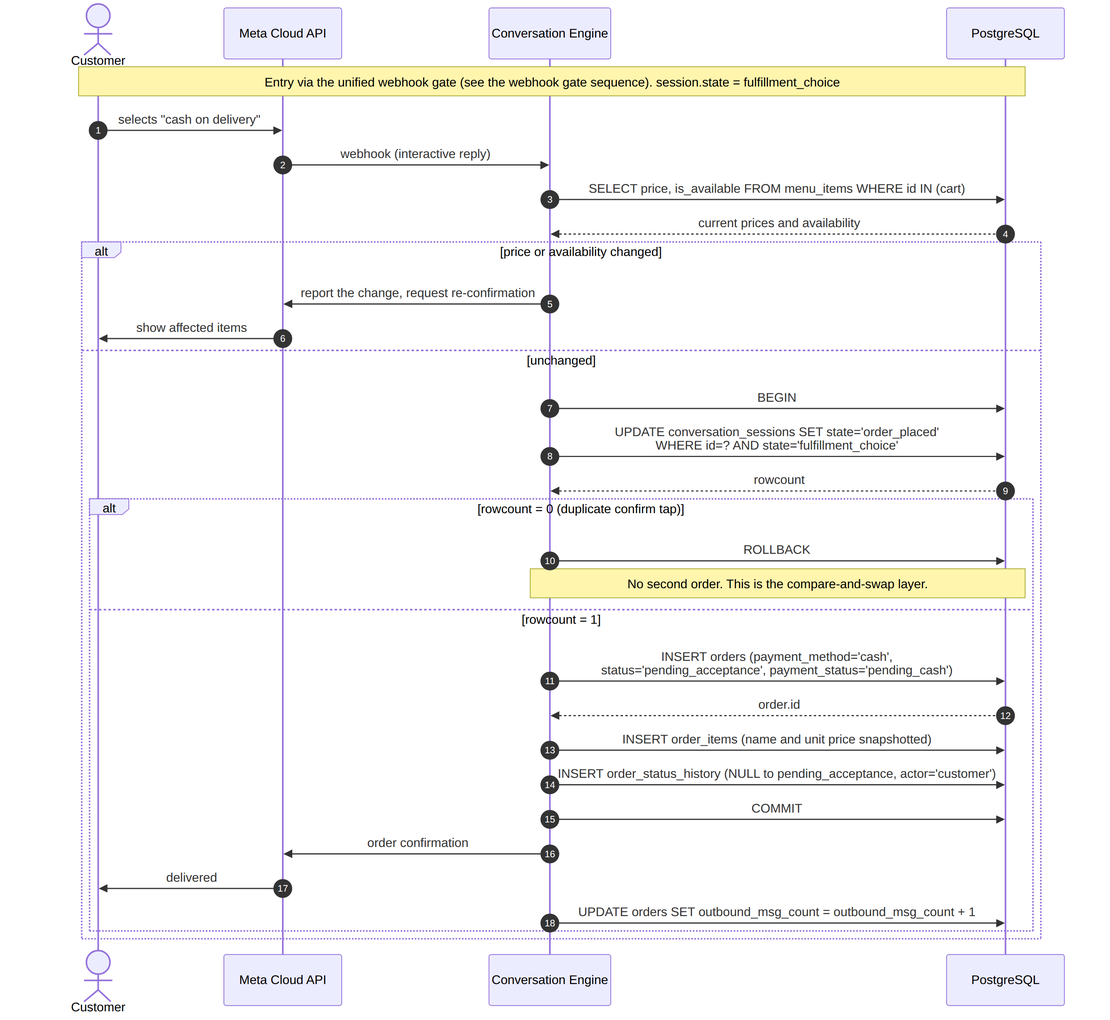
This is docs/diagrams/12-seq-cash-order.png from mozz-labs/sufria, a Mermaid export, as it was before one commit. Its source is kept beside it as docs/diagrams/12-seq-cash-order.mmd. The source it was exported from:
```mermaid
sequenceDiagram
    autonumber
    actor C as Customer
    participant WA as Meta Cloud API
    participant CE as Conversation Engine
    participant DB as PostgreSQL
    Note over C,DB: Entry via the webhook gate (previous figure). session.state = cart_review:<br/>the customer has the summary with items, delivery fee and total.
    C->>WA: sends the confirm word
    WA->>CE: webhook
    CE->>DB: SELECT the session FOR UPDATE
    CE->>DB: SELECT is_available, category is_active FOR every cart line
    DB-->>CE: current availability (prices are not re-read: a line keeps its price)
    alt some lines unavailable
        CE->>WA: name the removed lines and send a new summary<br/>(back to browsing if none is left)
        WA->>C: delivered
    else every line available
        CE->>DB: UPDATE conversation_sessions SET state='order_placed'<br/>WHERE id=? AND state='cart_review'
        DB-->>CE: rowcount
        alt rowcount = 0 (duplicate confirm)
            Note over CE,DB: No second order. This is the compare-and-swap layer.
        else rowcount = 1
            CE->>DB: pg_advisory_xact_lock(restaurant) · next order number (MAX + 1, from 101)
            CE->>DB: INSERT orders (cash, pending_cash, pending_acceptance,<br/>delivery fee and address, outbound_msg_count)
            DB-->>CE: order.id
            CE->>DB: INSERT order_items (name and unit price snapshotted)
            CE->>DB: INSERT order_status_history (NULL to pending_acceptance, actor='customer')
            CE->>DB: COMMIT
            CE->>WA: "we received your order no. N" — only after the commit
            WA->>C: delivered
        end
    end
```
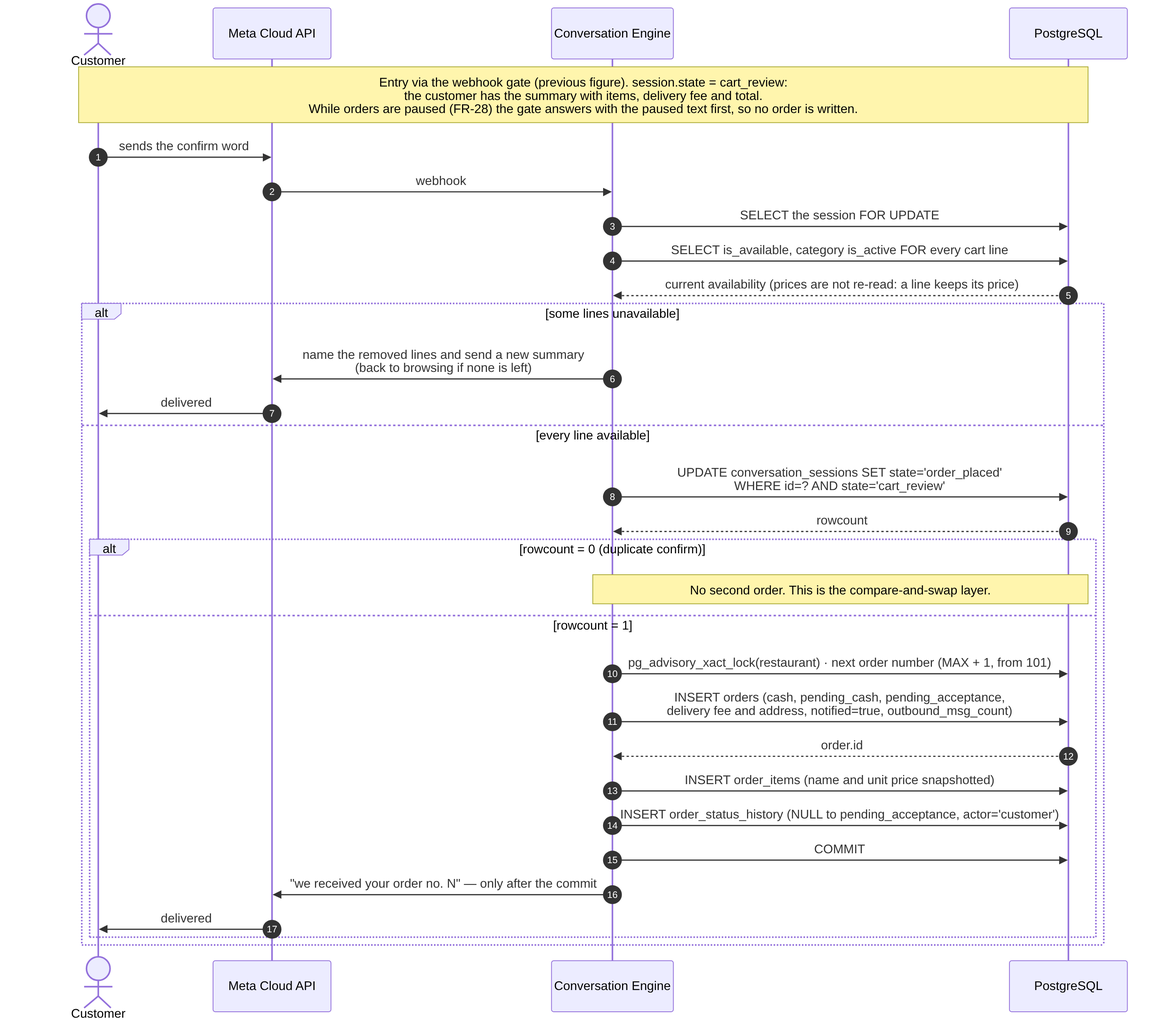
Above is the later version.

Change to the diagram source:
```diff
@@ -4,7 +4,7 @@
     participant WA as Meta Cloud API
     participant CE as Conversation Engine
     participant DB as PostgreSQL
-    Note over C,DB: Entry via the webhook gate (previous figure). session.state = cart_review:<br/>the customer has the summary with items, delivery fee and total.
+    Note over C,DB: Entry via the webhook gate (previous figure). session.state = cart_review:<br/>the customer has the summary with items, delivery fee and total.<br/>While orders are paused (FR-28) the gate answers with the paused text first, so no order is written.
     C->>WA: sends the confirm word
     WA->>CE: webhook
     CE->>DB: SELECT the session FOR UPDATE
@@ -20,7 +20,7 @@
             Note over CE,DB: No second order. This is the compare-and-swap layer.
         else rowcount = 1
             CE->>DB: pg_advisory_xact_lock(restaurant) · next order number (MAX + 1, from 101)
-            CE->>DB: INSERT orders (cash, pending_cash, pending_acceptance,<br/>delivery fee and address, outbound_msg_count)
+            CE->>DB: INSERT orders (cash, pending_cash, pending_acceptance,<br/>delivery fee and address, notified=true, outbound_msg_count)
             DB-->>CE: order.id
             CE->>DB: INSERT order_items (name and unit price snapshotted)
             CE->>DB: INSERT order_status_history (NULL to pending_acceptance, actor='customer')
```
